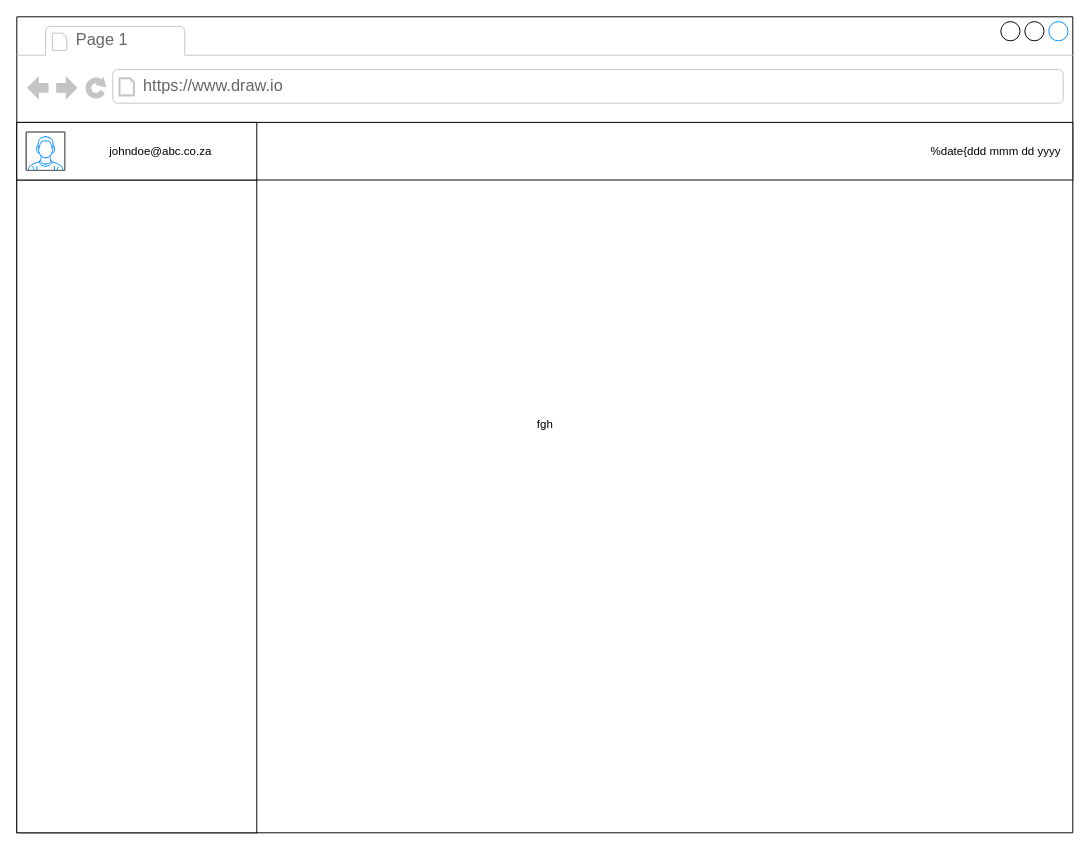
Above: page "Dashboard" (2 of 4) of PRM Homepage.drawio.xml in cpt-majansen/BVM (draw.io), before the change. Source tidied: cells renumbered, new cells numbered last; positions are measured from the earlier drawing's top-left corner, leaving out a move shared by most shapes. Both pictures are drawn from the tidied source at 96%, with x=0, y=0 at pixel (16, 16).
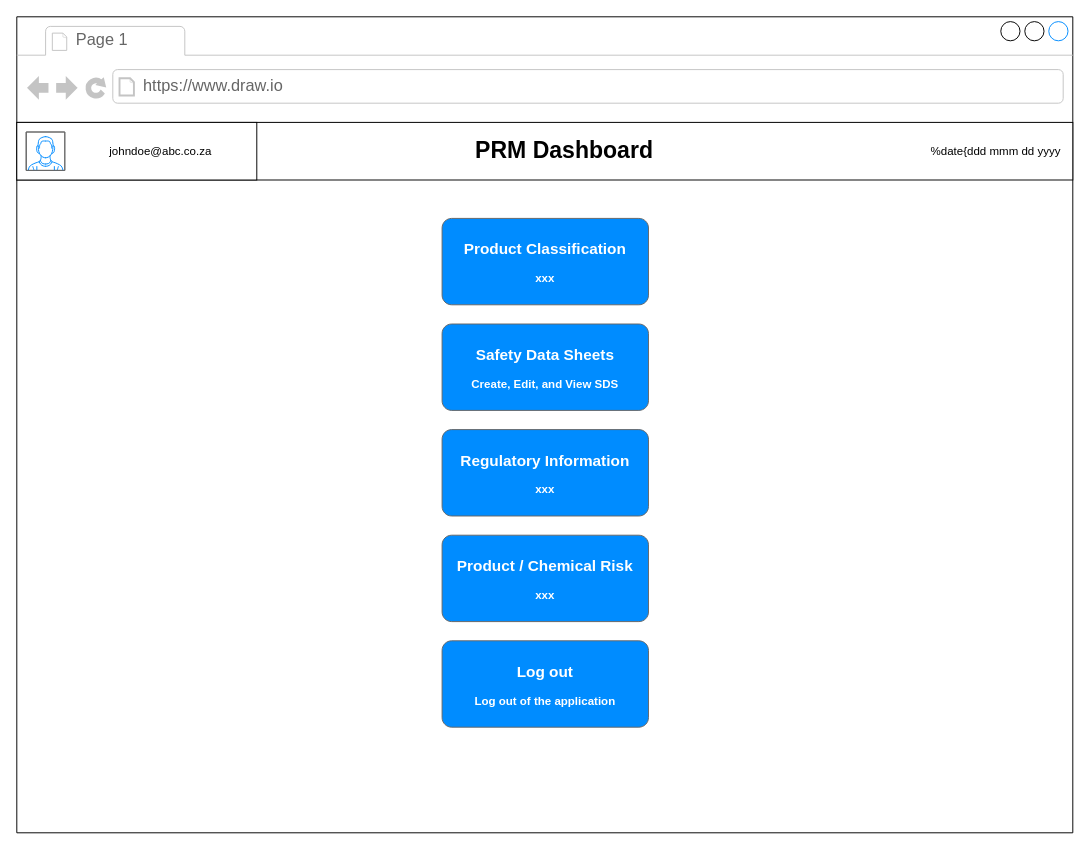
The same page after the edit.

Diff of the diagram source:
```diff
@@
-    <mxCell id="2" value="fgh" style="strokeWidth=1;shadow=0;dashed=0;align=center;html=1;shape=mxgraph.mockup.containers.browserWindow;rSize=0;strokeColor2=#008cff;strokeColor3=#c4c4c4;mainText=,;" parent="1" vertex="1">
+    <mxCell id="2" style="strokeWidth=1;shadow=0;dashed=0;align=center;html=1;shape=mxgraph.mockup.containers.browserWindow;rSize=0;strokeColor2=#008cff;strokeColor3=#c4c4c4;mainText=,;" parent="1" vertex="1">
       <mxGeometry width="1100" height="850" as="geometry" />
     </mxCell>
@@
-    <mxCell id="7" style="rounded=0;whiteSpace=wrap;html=1;" parent="2" vertex="1">
-      <mxGeometry y="170" width="250" height="680" as="geometry" />
-    </mxCell>
+    <mxCell id="11" value="PRM Dashboard" style="text;strokeColor=none;fillColor=none;html=1;fontSize=24;fontStyle=1;verticalAlign=middle;align=center;" parent="2" vertex="1">
+      <mxGeometry x="520" y="120" width="100" height="40" as="geometry" />
+    </mxCell>
+    <mxCell id="12" style="strokeWidth=1;shadow=0;dashed=0;align=center;html=1;shape=mxgraph.mockup.buttons.multiButton;fillColor=#008cff;strokeColor=#666666;mainText=;subText=;" parent="2" vertex="1">
+      <mxGeometry x="443" y="210" width="215" height="90" as="geometry" />
+    </mxCell>
+    <mxCell id="13" value="Product Classification" style="strokeWidth=1;shadow=0;dashed=0;align=center;html=1;shape=mxgraph.mockup.anchor;fontSize=16;fontColor=#ffffff;fontStyle=1;whiteSpace=wrap;" parent="12" vertex="1">
+      <mxGeometry y="14.4" width="215" height="36" as="geometry" />
+    </mxCell>
+    <mxCell id="14" value="xxx" style="strokeWidth=1;shadow=0;dashed=0;align=center;html=1;shape=mxgraph.mockup.anchor;fontSize=12;fontColor=#ffffff;fontStyle=1;whiteSpace=wrap;" parent="12" vertex="1">
+      <mxGeometry y="54" width="215" height="18" as="geometry" />
+    </mxCell>
+    <mxCell id="15" style="strokeWidth=1;shadow=0;dashed=0;align=center;html=1;shape=mxgraph.mockup.buttons.multiButton;fillColor=#008cff;strokeColor=#666666;mainText=;subText=;" parent="2" vertex="1">
+      <mxGeometry x="443" y="430" width="215" height="90" as="geometry" />
+    </mxCell>
+    <mxCell id="16" value="Regulatory Information" style="strokeWidth=1;shadow=0;dashed=0;align=center;html=1;shape=mxgraph.mockup.anchor;fontSize=16;fontColor=#ffffff;fontStyle=1;whiteSpace=wrap;" parent="15" vertex="1">
+      <mxGeometry y="14.4" width="215" height="36" as="geometry" />
+    </mxCell>
+    <mxCell id="17" value="xxx" style="strokeWidth=1;shadow=0;dashed=0;align=center;html=1;shape=mxgraph.mockup.anchor;fontSize=12;fontColor=#ffffff;fontStyle=1;whiteSpace=wrap;" parent="15" vertex="1">
+      <mxGeometry y="54" width="215" height="18" as="geometry" />
+    </mxCell>
+    <mxCell id="18" style="strokeWidth=1;shadow=0;dashed=0;align=center;html=1;shape=mxgraph.mockup.buttons.multiButton;fillColor=#008cff;strokeColor=#666666;mainText=;subText=;" parent="2" vertex="1">
+      <mxGeometry x="443" y="650" width="215" height="90" as="geometry" />
+    </mxCell>
+    <mxCell id="19" value="Log out" style="strokeWidth=1;shadow=0;dashed=0;align=center;html=1;shape=mxgraph.mockup.anchor;fontSize=16;fontColor=#ffffff;fontStyle=1;whiteSpace=wrap;" parent="18" vertex="1">
+      <mxGeometry y="14.4" width="215" height="36" as="geometry" />
+    </mxCell>
+    <mxCell id="20" value="Log out of the application" style="strokeWidth=1;shadow=0;dashed=0;align=center;html=1;shape=mxgraph.mockup.anchor;fontSize=12;fontColor=#ffffff;fontStyle=1;whiteSpace=wrap;" parent="18" vertex="1">
+      <mxGeometry y="54" width="215" height="18" as="geometry" />
+    </mxCell>
+    <mxCell id="21" style="strokeWidth=1;shadow=0;dashed=0;align=center;html=1;shape=mxgraph.mockup.buttons.multiButton;fillColor=#008cff;strokeColor=#666666;mainText=;subText=;" parent="2" vertex="1">
+      <mxGeometry x="443" y="320" width="215" height="90" as="geometry" />
+    </mxCell>
+    <mxCell id="22" value="Safety Data Sheets" style="strokeWidth=1;shadow=0;dashed=0;align=center;html=1;shape=mxgraph.mockup.anchor;fontSize=16;fontColor=#ffffff;fontStyle=1;whiteSpace=wrap;" parent="21" vertex="1">
+      <mxGeometry y="14.4" width="215" height="36" as="geometry" />
+    </mxCell>
+    <mxCell id="23" value="Create, Edit, and View SDS" style="strokeWidth=1;shadow=0;dashed=0;align=center;html=1;shape=mxgraph.mockup.anchor;fontSize=12;fontColor=#ffffff;fontStyle=1;whiteSpace=wrap;" parent="21" vertex="1">
+      <mxGeometry y="54" width="215" height="18" as="geometry" />
+    </mxCell>
+    <mxCell id="24" style="strokeWidth=1;shadow=0;dashed=0;align=center;html=1;shape=mxgraph.mockup.buttons.multiButton;fillColor=#008cff;strokeColor=#666666;mainText=;subText=;" parent="2" vertex="1">
+      <mxGeometry x="443" y="540" width="215" height="90" as="geometry" />
+    </mxCell>
+    <mxCell id="25" value="Product / Chemical Risk" style="strokeWidth=1;shadow=0;dashed=0;align=center;html=1;shape=mxgraph.mockup.anchor;fontSize=16;fontColor=#ffffff;fontStyle=1;whiteSpace=wrap;" parent="24" vertex="1">
+      <mxGeometry y="14.4" width="215" height="36" as="geometry" />
+    </mxCell>
+    <mxCell id="26" value="xxx" style="strokeWidth=1;shadow=0;dashed=0;align=center;html=1;shape=mxgraph.mockup.anchor;fontSize=12;fontColor=#ffffff;fontStyle=1;whiteSpace=wrap;" parent="24" vertex="1">
+      <mxGeometry y="54" width="215" height="18" as="geometry" />
+    </mxCell>
```
